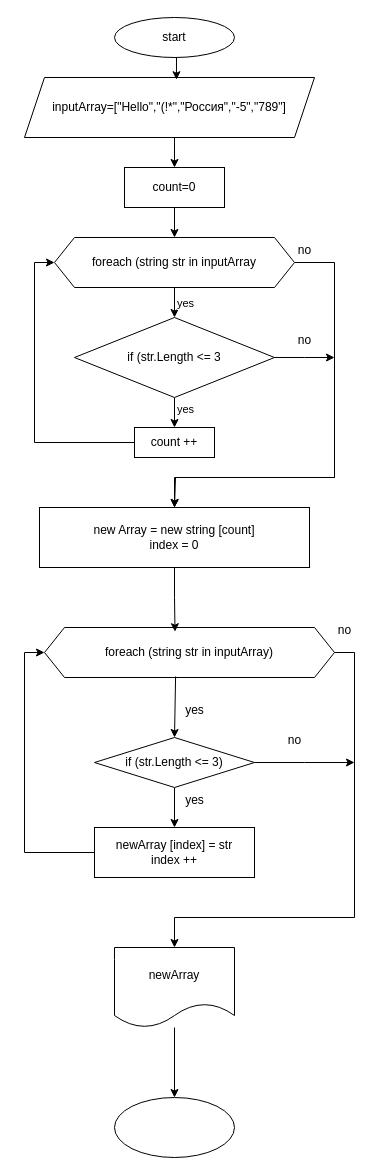
Above: Диаграмма без названия.drawio in Sergei-Shim/Homework (draw.io), before the change. Source tidied: cells renumbered, new cells numbered last; positions are measured from the earlier drawing's top-left corner, leaving out a move shared by most shapes. Both pictures are drawn from the tidied source at 100%, with x=0, y=0 at pixel (24, 17).
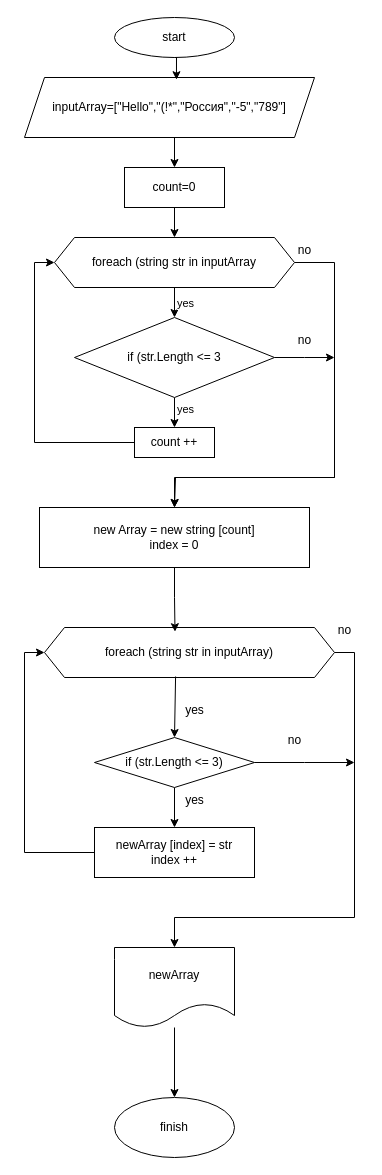
The same diagram, later.

Change to the diagram source:
```diff
@@
-    <mxCell id="38" style="ellipse;whiteSpace=wrap;html=1;" parent="1" vertex="1">
+    <mxCell id="38" value="finish" style="ellipse;whiteSpace=wrap;html=1;" parent="1" vertex="1">
       <mxGeometry x="90" y="1080" width="120" height="60" as="geometry" />
     </mxCell>
```
